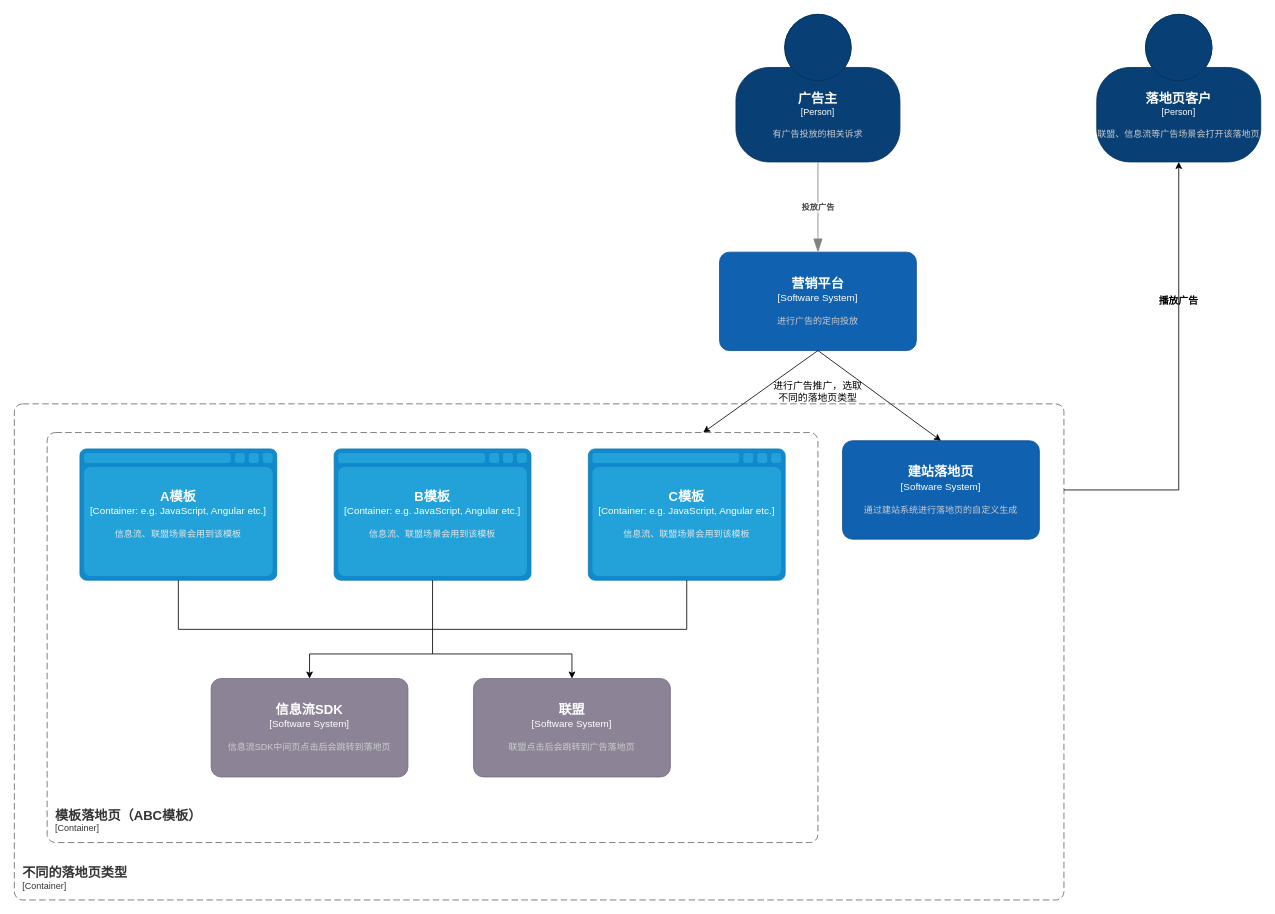
Before: 落地页模板-容器上下文.drawio in Hantron/jira, a draw.io diagram. Source tidied: cells renumbered, new cells numbered last; positions are measured from the earlier drawing's top-left corner, leaving out a move shared by most shapes. Both pictures are drawn from the tidied source at 82%, with x=0, y=0 at pixel (14, 14).
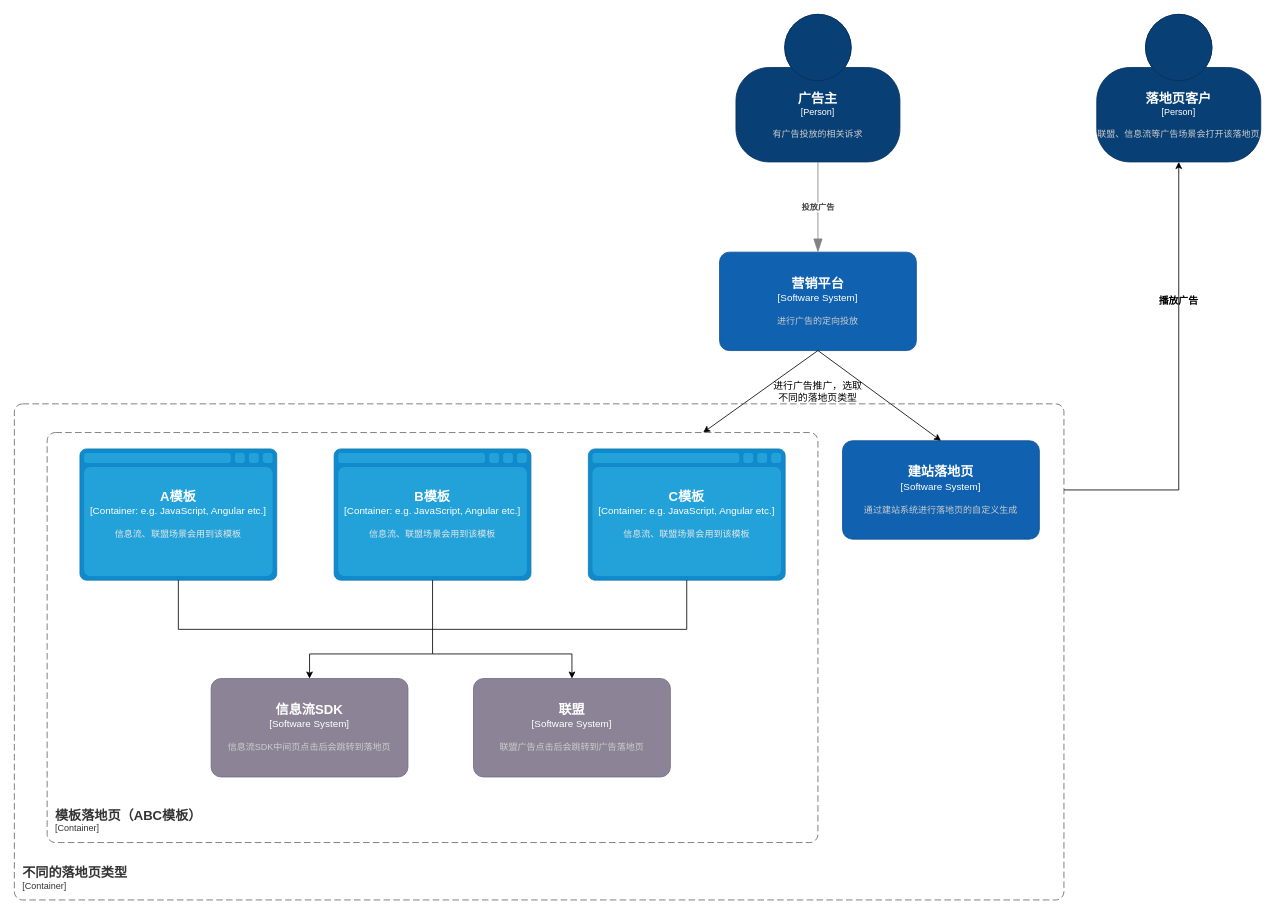
After the change.

Commit message (it also covers changes not shown here):
更新落地页模板-容器上下文.drawio

Diff of the diagram source:
```diff
@@
-    <object id="18" label="&lt;font style=&quot;font-size: 16px&quot;&gt;&lt;b&gt;%c4Name%&lt;/b&gt;&lt;/font&gt;&lt;div&gt;[%c4Type%]&lt;/div&gt;&lt;br&gt;&lt;div&gt;&lt;font style=&quot;font-size: 11px&quot;&gt;&lt;font color=&quot;#cccccc&quot;&gt;%c4Description%&lt;/font&gt;&lt;/div&gt;" c4Description="联盟点击后会跳转到广告落地页" c4Name="联盟" c4Type="Software System" placeholders="1">
+    <object id="18" label="&lt;font style=&quot;font-size: 16px&quot;&gt;&lt;b&gt;%c4Name%&lt;/b&gt;&lt;/font&gt;&lt;div&gt;[%c4Type%]&lt;/div&gt;&lt;br&gt;&lt;div&gt;&lt;font style=&quot;font-size: 11px&quot;&gt;&lt;font color=&quot;#cccccc&quot;&gt;%c4Description%&lt;/font&gt;&lt;/div&gt;" c4Description="联盟广告点击后会跳转到广告落地页" c4Name="联盟" c4Type="Software System" placeholders="1">
       <mxCell style="rounded=1;whiteSpace=wrap;html=1;labelBackgroundColor=none;fillColor=#8C8496;fontColor=#ffffff;align=center;arcSize=10;strokeColor=#736782;points=[[0.25,0,0],[0.5,0,0],[0.75,0,0],[1,0.25,0],[1,0.5,0],[1,0.75,0],[0.75,1,0],[0.5,1,0],[0.25,1,0],[0,0.75,0],[0,0.5,0],[0,0.25,0]];" parent="1" vertex="1">
         <mxGeometry x="560" y="810" width="240" height="120" as="geometry" />
       </mxCell>
     </object>
```
